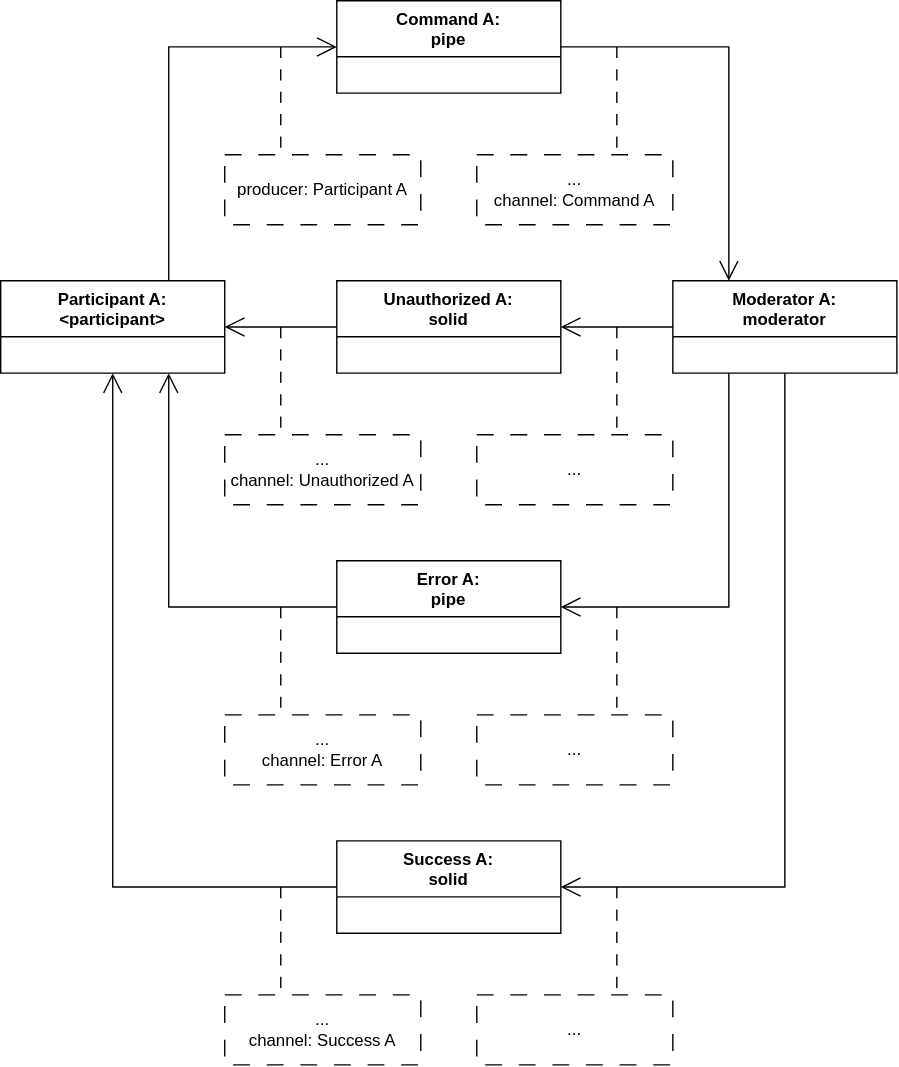
This is doc/control_interface.svg from vitalii-samoilenko/ai-chat-bot, a draw.io export, as it was before one commit. Source tidied: cells renumbered, new cells last; positions are measured from the earlier drawing's top-left corner, leaving out a move shared by most shapes.
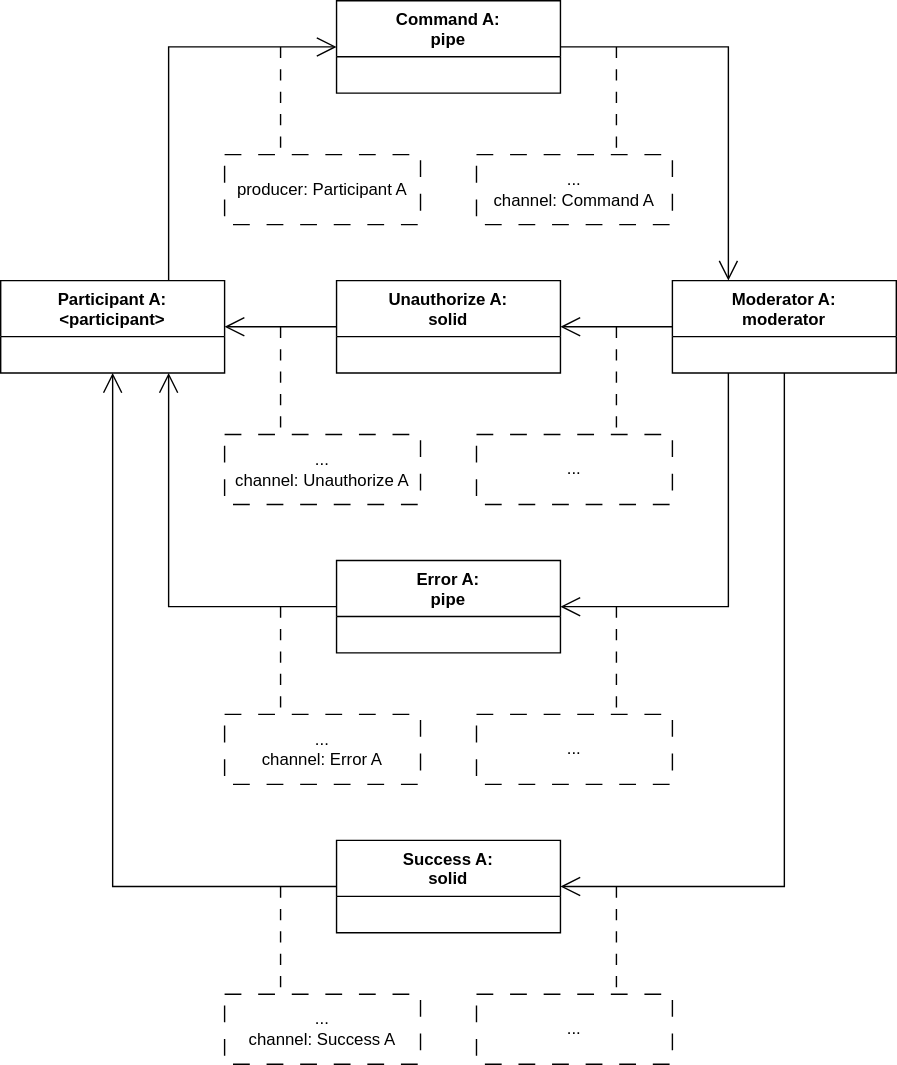
The same file after the commit.

The edit, as a diff of the source:
```diff
@@ -8,7 +8,7 @@
     <mxCell id="3" value="Command A:&lt;div&gt;pipe&lt;/div&gt;" style="swimlane;fontStyle=1;align=center;verticalAlign=top;horizontal=1;startSize=40;whiteSpace=wrap;html=1;" parent="1" vertex="1">
       <mxGeometry x="240" width="160" height="66" as="geometry" />
     </mxCell>
-    <mxCell id="4" value="Unauthorized A:&lt;div&gt;solid&lt;/div&gt;" style="swimlane;fontStyle=1;align=center;verticalAlign=top;horizontal=1;startSize=40;whiteSpace=wrap;html=1;" parent="1" vertex="1">
+    <mxCell id="4" value="Unauthorize A:&lt;div&gt;solid&lt;/div&gt;" style="swimlane;fontStyle=1;align=center;verticalAlign=top;horizontal=1;startSize=40;whiteSpace=wrap;html=1;" parent="1" vertex="1">
       <mxGeometry x="240" y="200" width="160" height="66" as="geometry" />
     </mxCell>
     <mxCell id="5" value="Success A:&lt;div&gt;solid&lt;/div&gt;" style="swimlane;fontStyle=1;align=center;verticalAlign=top;horizontal=1;startSize=40;whiteSpace=wrap;html=1;" parent="1" vertex="1">
@@ -86,7 +86,7 @@
         <mxPoint x="200" y="110" as="targetPoint" />
       </mxGeometry>
     </mxCell>
-    <mxCell id="20" value="...&lt;div&gt;channel: Unauthorized A&lt;/div&gt;" style="html=1;whiteSpace=wrap;dashed=1;dashPattern=12 12;fillColor=none;" parent="1" vertex="1">
+    <mxCell id="20" value="...&lt;div&gt;channel: Unauthorize A&lt;/div&gt;" style="html=1;whiteSpace=wrap;dashed=1;dashPattern=12 12;fillColor=none;" parent="1" vertex="1">
       <mxGeometry x="160" y="310" width="140" height="50" as="geometry" />
     </mxCell>
     <mxCell id="21" value="..." style="html=1;whiteSpace=wrap;dashed=1;dashPattern=12 12;fillColor=none;" parent="1" vertex="1">
```
